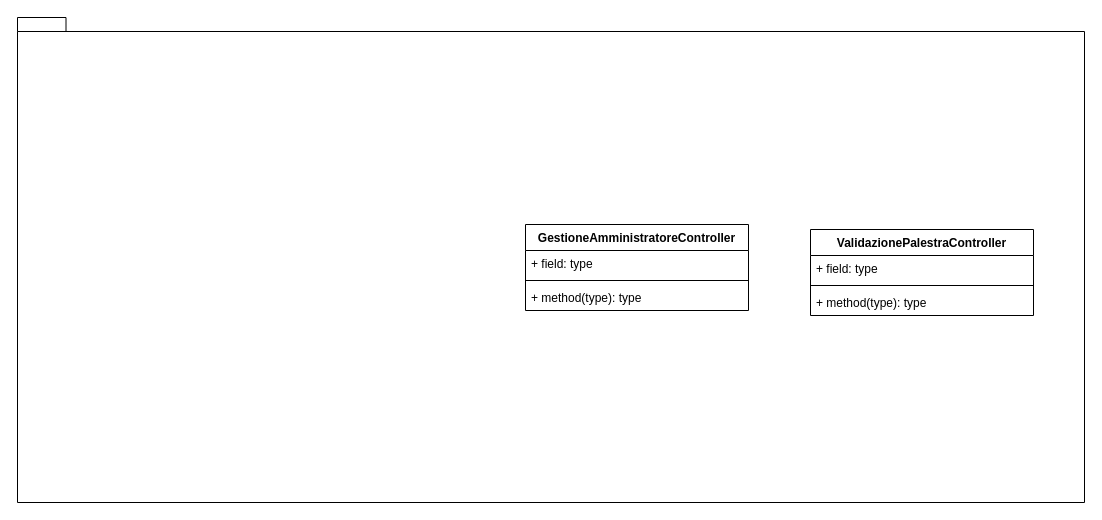
The draw.io diagram Diagrammi_Package/GestioneAmministratore.drawio in JosephBoom02/Progetto_Ingegneria_del_Software, before the edit. Source tidied: cells renumbered, new cells numbered last; positions are measured from the earlier drawing's top-left corner, leaving out a move shared by most shapes. Both pictures are drawn from the tidied source at 100%, with x=0, y=0 at pixel (17, 17).
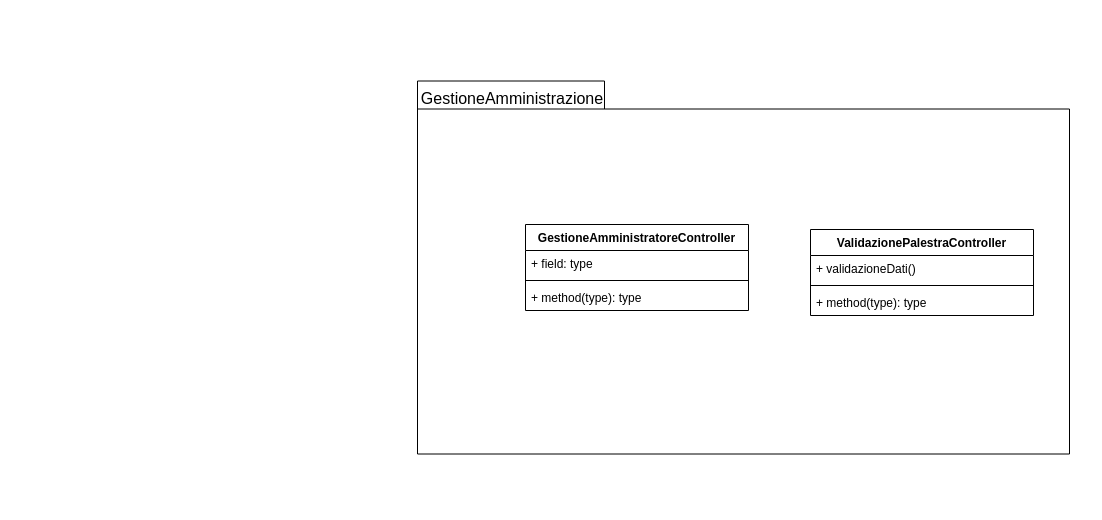
After the change.

The edit, as a diff of the source:
```diff
@@
 <mxGraphModel>
   <root>
     <mxCell id="0" />
     <mxCell id="1" parent="0" />
-    <mxCell id="2" style="shape=folder;fontStyle=1;spacingTop=10;tabWidth=40;tabHeight=14;tabPosition=left;html=1;whiteSpace=wrap;" parent="1" vertex="1">
-      <mxGeometry width="1067" height="485" as="geometry" />
+    <mxCell id="2" style="shape=folder;fontStyle=1;spacingTop=10;tabWidth=187;tabHeight=28;tabPosition=left;html=1;whiteSpace=wrap;" parent="1" vertex="1">
+      <mxGeometry x="400" y="63.5" width="652" height="373" as="geometry" />
     </mxCell>
     <mxCell id="3" value="GestioneAmministratoreController" style="swimlane;fontStyle=1;align=center;verticalAlign=top;horizontal=1;startSize=26;whiteSpace=wrap;html=1;" parent="1" vertex="1">
       <mxGeometry x="508" y="207" width="223" height="86" as="geometry" />
     </mxCell>
     <mxCell id="4" value="+ field: type" style="text;strokeColor=none;fillColor=none;align=left;verticalAlign=top;spacingLeft=4;spacingRight=4;overflow=hidden;whiteSpace=wrap;html=1;" parent="3" vertex="1">
       <mxGeometry y="26" width="223" height="26" as="geometry" />
     </mxCell>
     <mxCell id="5" style="line;strokeWidth=1;fillColor=none;align=left;verticalAlign=middle;spacingTop=-1;spacingLeft=3;spacingRight=3;labelPosition=right;strokeColor=inherit;" parent="3" vertex="1">
       <mxGeometry y="52" width="223" height="8" as="geometry" />
     </mxCell>
     <mxCell id="6" value="+ method(type): type" style="text;strokeColor=none;fillColor=none;align=left;verticalAlign=top;spacingLeft=4;spacingRight=4;overflow=hidden;whiteSpace=wrap;html=1;" parent="3" vertex="1">
       <mxGeometry y="60" width="223" height="26" as="geometry" />
     </mxCell>
     <mxCell id="7" value="ValidazionePalestraController" style="swimlane;fontStyle=1;align=center;verticalAlign=top;horizontal=1;startSize=26;whiteSpace=wrap;html=1;" parent="1" vertex="1">
       <mxGeometry x="793" y="212" width="223" height="86" as="geometry" />
     </mxCell>
-    <mxCell id="8" value="+ field: type" style="text;strokeColor=none;fillColor=none;align=left;verticalAlign=top;spacingLeft=4;spacingRight=4;overflow=hidden;whiteSpace=wrap;html=1;" parent="7" vertex="1">
+    <mxCell id="8" value="+ validazioneDati()" style="text;strokeColor=none;fillColor=none;align=left;verticalAlign=top;spacingLeft=4;spacingRight=4;overflow=hidden;whiteSpace=wrap;html=1;" parent="7" vertex="1">
       <mxGeometry y="26" width="223" height="26" as="geometry" />
     </mxCell>
     <mxCell id="9" style="line;strokeWidth=1;fillColor=none;align=left;verticalAlign=middle;spacingTop=-1;spacingLeft=3;spacingRight=3;labelPosition=right;strokeColor=inherit;" parent="7" vertex="1">
       <mxGeometry y="52" width="223" height="8" as="geometry" />
     </mxCell>
     <mxCell id="10" value="+ method(type): type" style="text;strokeColor=none;fillColor=none;align=left;verticalAlign=top;spacingLeft=4;spacingRight=4;overflow=hidden;whiteSpace=wrap;html=1;" parent="7" vertex="1">
       <mxGeometry y="60" width="223" height="26" as="geometry" />
     </mxCell>
+    <mxCell id="11" value="GestioneAmministrazione" style="text;strokeColor=none;fillColor=none;html=1;align=center;verticalAlign=middle;whiteSpace=wrap;rounded=0;fontSize=16;" parent="1" vertex="1">
+      <mxGeometry x="465" y="66" width="60" height="30" as="geometry" />
+    </mxCell>
   </root>
 </mxGraphModel>
```
